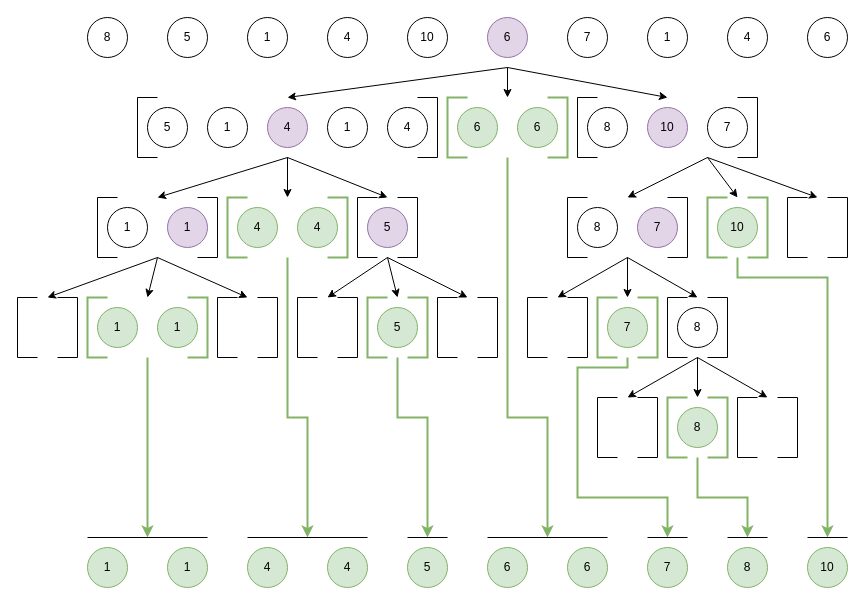
Before: drawio/quick_sort_visualization.drawio in Daniel-March-Portfolio/.github, a draw.io diagram. Source tidied: cells renumbered, new cells numbered last; positions are measured from the earlier drawing's top-left corner, leaving out a move shared by most shapes. Both pictures are drawn from the tidied source at 100%, with x=0, y=0 at pixel (17, 17).
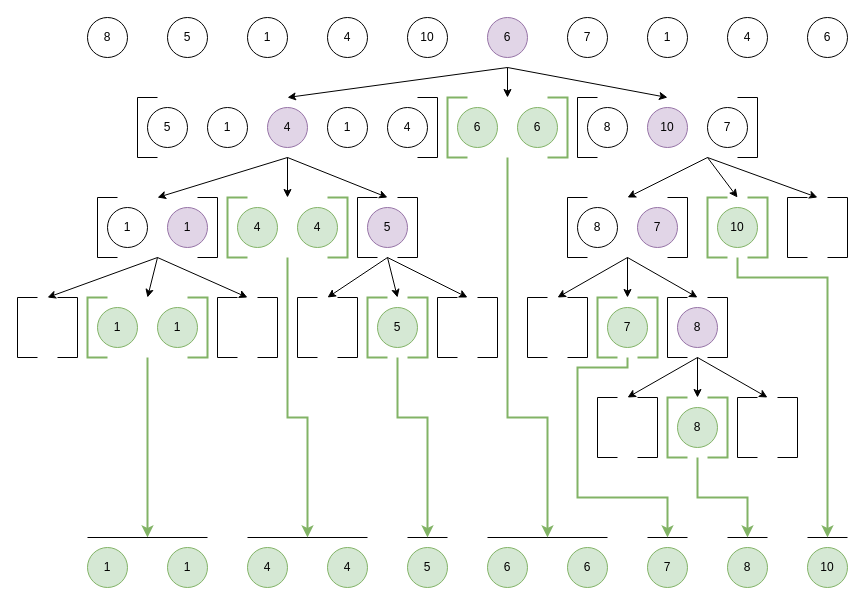
The same diagram, later.

Diff of the diagram source:
```diff
@@
-    <mxCell id="88" value="8" style="ellipse;whiteSpace=wrap;html=1;" parent="1" vertex="1">
+    <mxCell id="88" value="8" style="ellipse;whiteSpace=wrap;html=1;fillColor=#e1d5e7;strokeColor=#9673a6;" parent="1" vertex="1">
       <mxGeometry x="660" y="290" width="40" height="40" as="geometry" />
     </mxCell>
```
